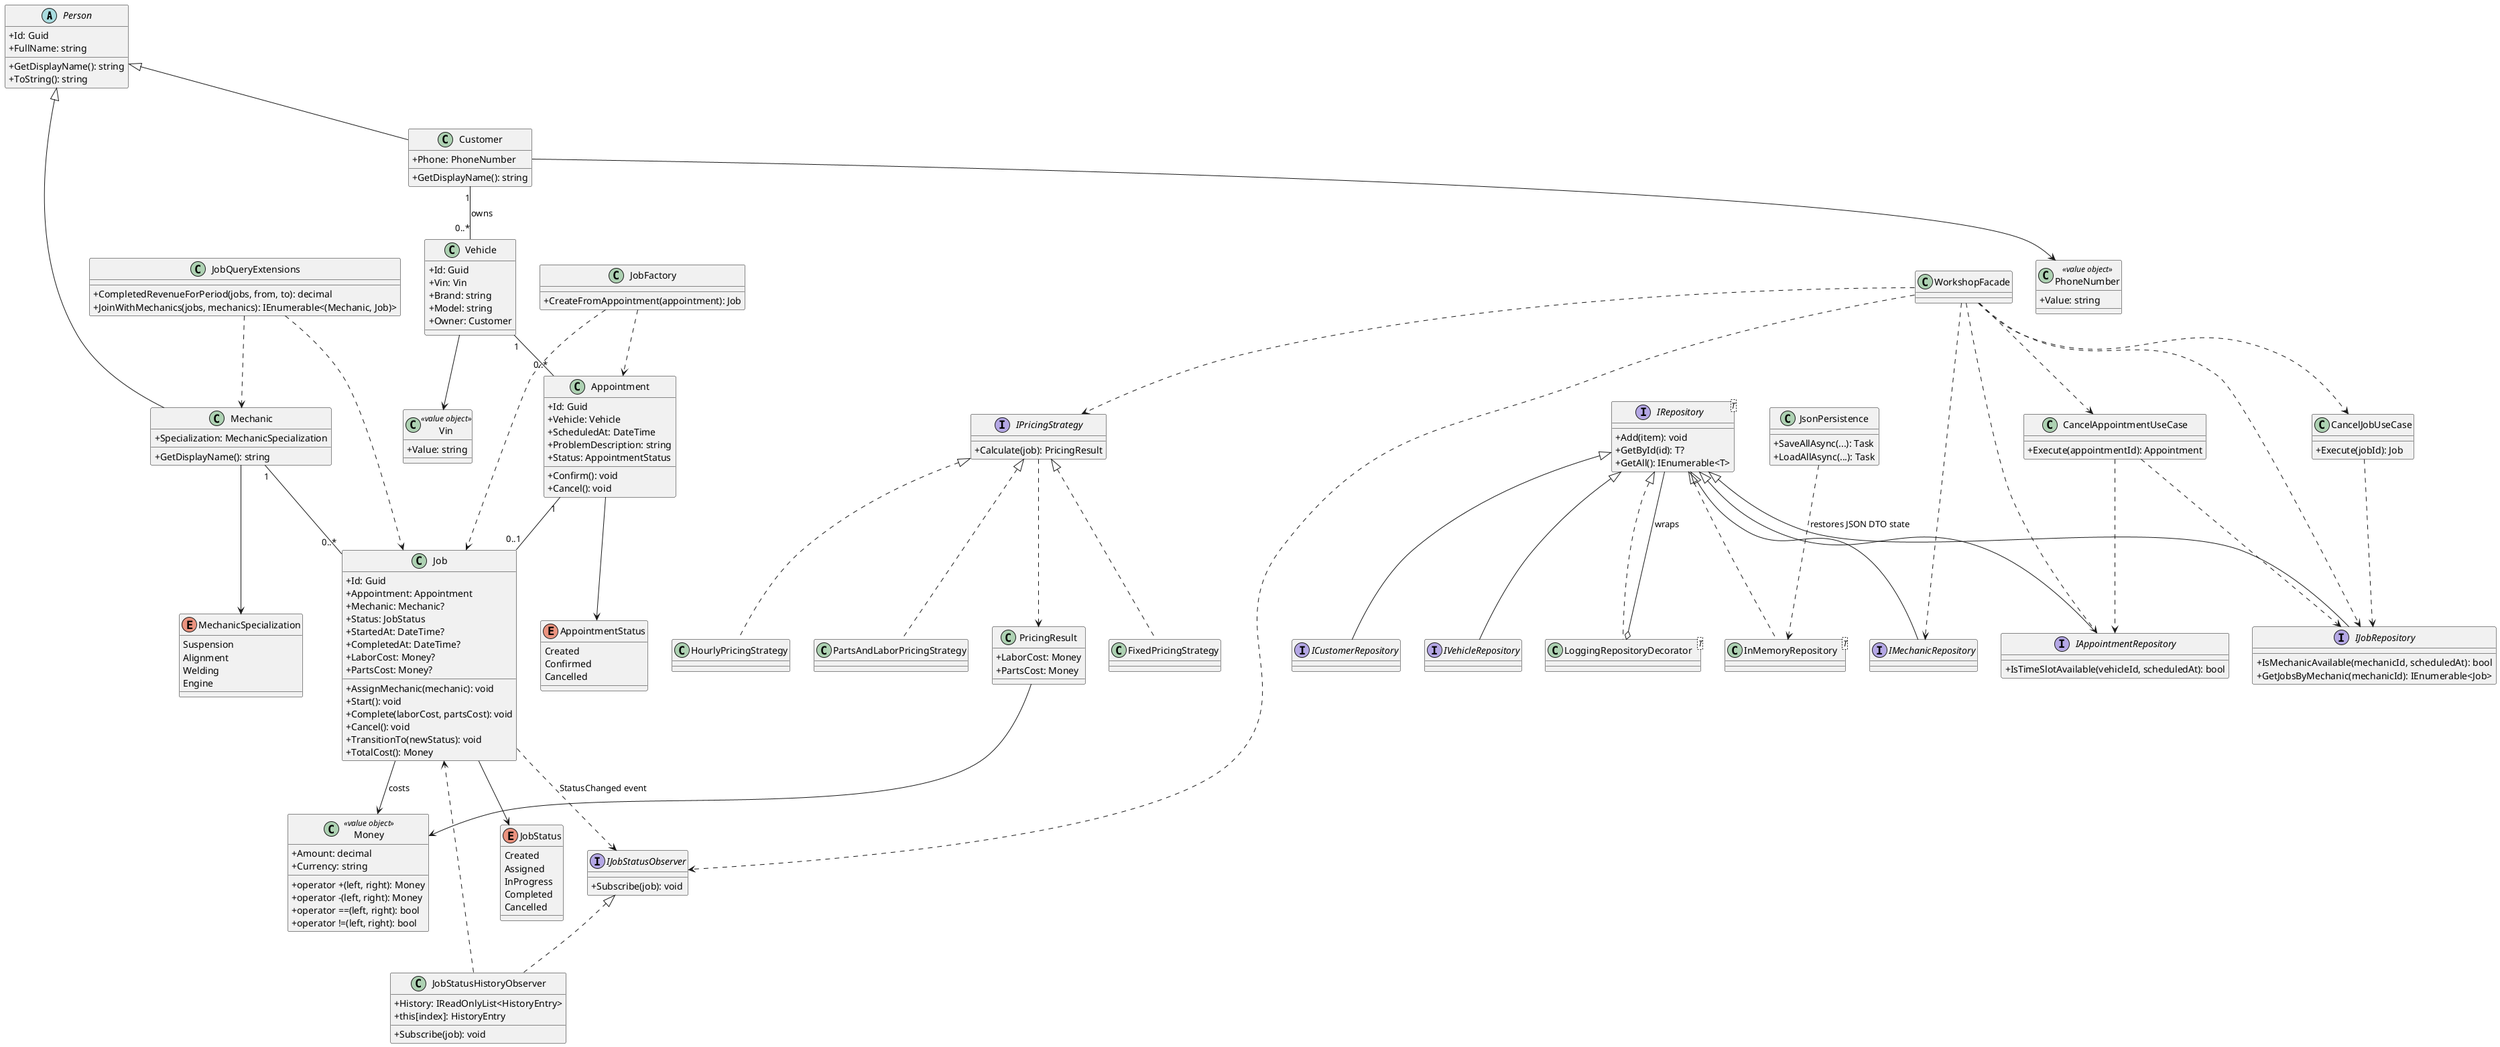
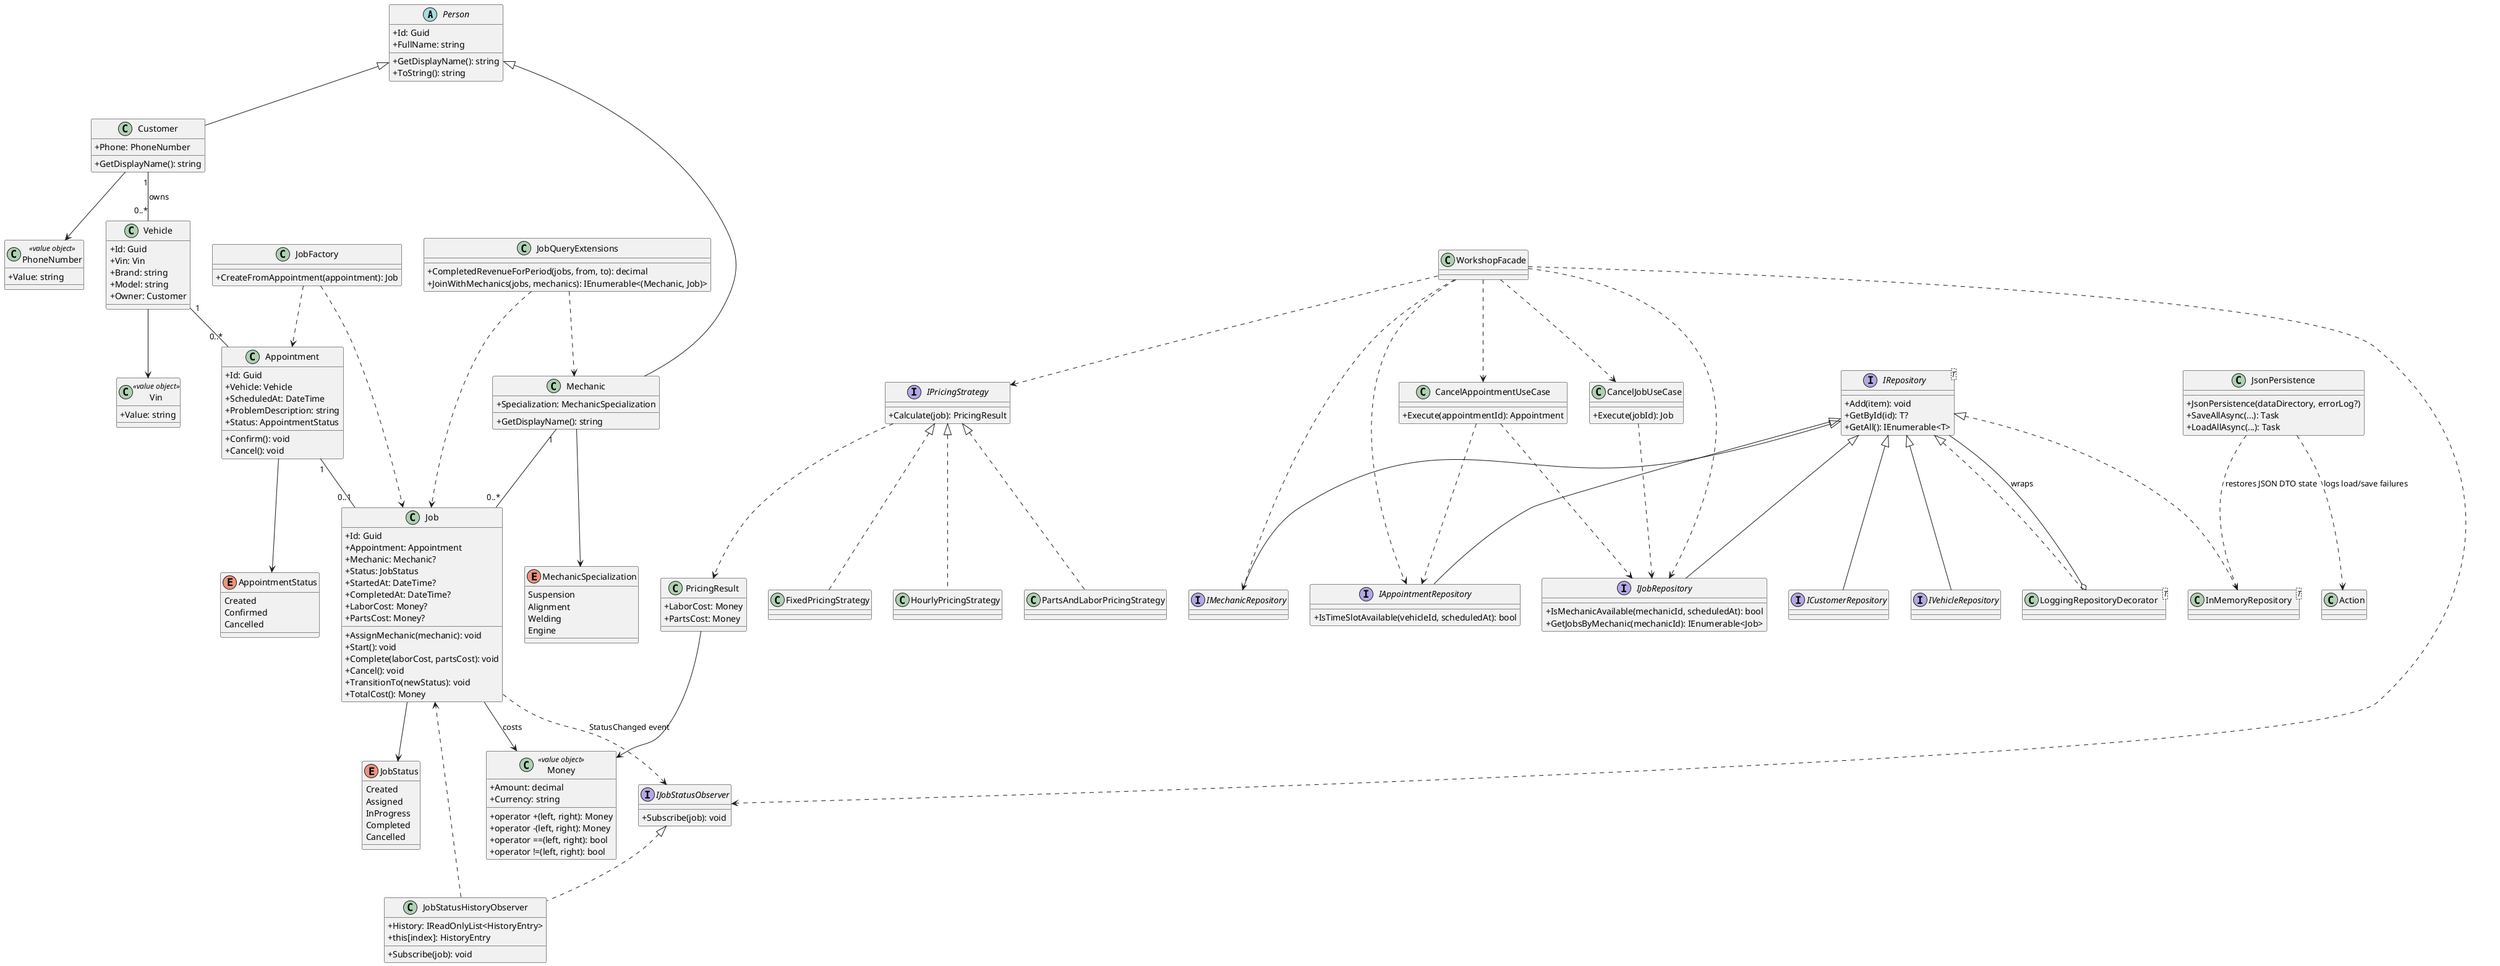
@startuml
skinparam classAttributeIconSize 0

abstract class Person {
  +Id: Guid
  +FullName: string
  +GetDisplayName(): string
  +ToString(): string
}

class Customer {
  +Phone: PhoneNumber
  +GetDisplayName(): string
}

class Mechanic {
  +Specialization: MechanicSpecialization
  +GetDisplayName(): string
}

class Vehicle {
  +Id: Guid
  +Vin: Vin
  +Brand: string
  +Model: string
  +Owner: Customer
}

class Appointment {
  +Id: Guid
  +Vehicle: Vehicle
  +ScheduledAt: DateTime
  +ProblemDescription: string
  +Status: AppointmentStatus
  +Confirm(): void
  +Cancel(): void
}

class Job {
  +Id: Guid
  +Appointment: Appointment
  +Mechanic: Mechanic?
  +Status: JobStatus
  +StartedAt: DateTime?
  +CompletedAt: DateTime?
  +LaborCost: Money?
  +PartsCost: Money?
  +AssignMechanic(mechanic): void
  +Start(): void
  +Complete(laborCost, partsCost): void
  +Cancel(): void
  +TransitionTo(newStatus): void
  +TotalCost(): Money
}

class Money <<value object>> {
  +Amount: decimal
  +Currency: string
  +operator +(left, right): Money
  +operator -(left, right): Money
  +operator ==(left, right): bool
  +operator !=(left, right): bool
}

class Vin <<value object>> {
  +Value: string
}

class PhoneNumber <<value object>> {
  +Value: string
}

class JobFactory {
  +CreateFromAppointment(appointment): Job
}

interface IPricingStrategy {
  +Calculate(job): PricingResult
}

class FixedPricingStrategy
class HourlyPricingStrategy
class PartsAndLaborPricingStrategy

class PricingResult {
  +LaborCost: Money
  +PartsCost: Money
}

interface IJobStatusObserver {
  +Subscribe(job): void
}

class JobStatusHistoryObserver {
  +History: IReadOnlyList<HistoryEntry>
  +this[index]: HistoryEntry
  +Subscribe(job): void
}

interface IRepository<T> {
  +Add(item): void
  +GetById(id): T?
  +GetAll(): IEnumerable<T>
}

interface ICustomerRepository
interface IVehicleRepository
interface IMechanicRepository
interface IAppointmentRepository {
  +IsTimeSlotAvailable(vehicleId, scheduledAt): bool
}
interface IJobRepository {
  +IsMechanicAvailable(mechanicId, scheduledAt): bool
  +GetJobsByMechanic(mechanicId): IEnumerable<Job>
}

class InMemoryRepository<T>
class LoggingRepositoryDecorator<T>
class WorkshopFacade
class CancelAppointmentUseCase {
  +Execute(appointmentId): Appointment
}
class CancelJobUseCase {
  +Execute(jobId): Job
}
class JobQueryExtensions {
  +CompletedRevenueForPeriod(jobs, from, to): decimal
  +JoinWithMechanics(jobs, mechanics): IEnumerable<(Mechanic, Job)>
}
class JsonPersistence {
+   +JsonPersistence(dataDirectory, errorLog?)
  +SaveAllAsync(...): Task
  +LoadAllAsync(...): Task
}

enum MechanicSpecialization {
  Suspension
  Alignment
  Welding
  Engine
}

enum AppointmentStatus {
  Created
  Confirmed
  Cancelled
}

enum JobStatus {
  Created
  Assigned
  InProgress
  Completed
  Cancelled
}

Person <|-- Customer
Person <|-- Mechanic

Customer "1" -- "0..*" Vehicle : owns
Vehicle "1" -- "0..*" Appointment
Appointment "1" -- "0..1" Job
Mechanic "1" -- "0..*" Job

Vehicle --> Vin
Customer --> PhoneNumber
Appointment --> AppointmentStatus
Job --> JobStatus
Mechanic --> MechanicSpecialization
Job --> Money : costs

JobFactory ..> Appointment
JobFactory ..> Job

IPricingStrategy <|.. FixedPricingStrategy
IPricingStrategy <|.. HourlyPricingStrategy
IPricingStrategy <|.. PartsAndLaborPricingStrategy
IPricingStrategy ..> PricingResult
PricingResult --> Money

IJobStatusObserver <|.. JobStatusHistoryObserver
JobStatusHistoryObserver ..> Job
Job ..> IJobStatusObserver : StatusChanged event

IRepository <|-- ICustomerRepository
IRepository <|-- IVehicleRepository
IRepository <|-- IMechanicRepository
IRepository <|-- IAppointmentRepository
IRepository <|-- IJobRepository

IRepository <|.. InMemoryRepository
IRepository <|.. LoggingRepositoryDecorator
LoggingRepositoryDecorator o-- IRepository : wraps

WorkshopFacade ..> IAppointmentRepository
WorkshopFacade ..> IJobRepository
WorkshopFacade ..> IMechanicRepository
WorkshopFacade ..> IPricingStrategy
WorkshopFacade ..> IJobStatusObserver
WorkshopFacade ..> CancelAppointmentUseCase
WorkshopFacade ..> CancelJobUseCase
CancelAppointmentUseCase ..> IAppointmentRepository
CancelAppointmentUseCase ..> IJobRepository
CancelJobUseCase ..> IJobRepository

JobQueryExtensions ..> Job
JobQueryExtensions ..> Mechanic
JsonPersistence ..> InMemoryRepository : restores JSON DTO state
+ JsonPersistence ..> Action : logs load/save failures
@enduml
